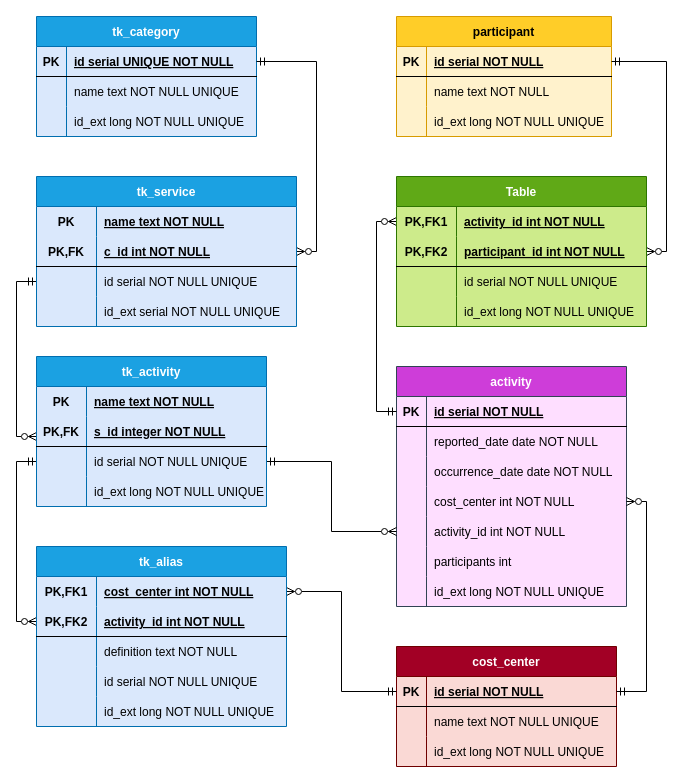
maussm/Database keeps this draw.io diagram as diagram.drawio. Above is the earlier version. Source tidied: cells renumbered, new cells numbered last; positions are measured from the earlier drawing's top-left corner, leaving out a move shared by most shapes. Both pictures are drawn from the tidied source at 100%, with x=0, y=0 at pixel (36, 16).
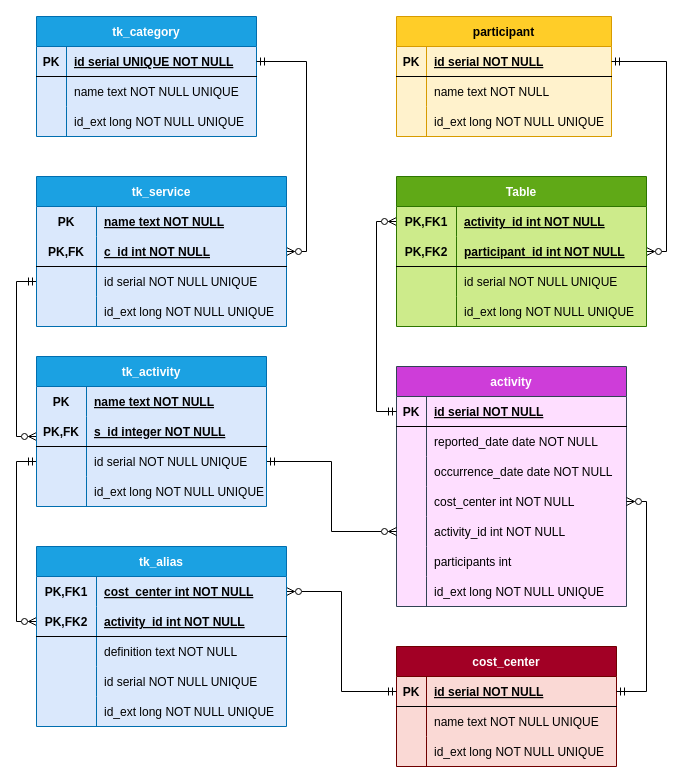
The same page after the edit.

Commit message (it also covers changes not shown here):
Rättade till datatyp.

The edit, as a diff of the source:
```diff
@@
     <mxCell id="78" value="tk_service" style="shape=table;startSize=30;childLayout=tableLayout;rowLines=0;fontStyle=1;align=center;fillColor=#1ba1e2;gradientColor=none;strokeColor=#006EAF;fontColor=#ffffff;swimlaneFillColor=#DAE8FC;" parent="1" vertex="1">
-      <mxGeometry y="160" width="260" height="150" as="geometry" />
+      <mxGeometry y="160" width="250" height="150" as="geometry" />
     </mxCell>
     <mxCell id="79" style="shape=tableRow;horizontal=0;startSize=0;swimlaneHead=0;swimlaneBody=0;fillColor=none;top=0;left=0;right=0;bottom=0;" parent="78" vertex="1">
-      <mxGeometry y="30" width="260" height="30" as="geometry" />
+      <mxGeometry y="30" width="250" height="30" as="geometry" />
     </mxCell>
@@
     <mxCell id="81" value="name text NOT NULL" style="shape=partialRectangle;fillColor=none;top=0;left=0;bottom=0;right=0;align=left;spacingLeft=6;fontStyle=5;overflow=hidden;" parent="79" vertex="1">
-      <mxGeometry x="60" width="200" height="30" as="geometry" />
+      <mxGeometry x="60" width="190" height="30" as="geometry" />
     </mxCell>
     <mxCell id="82" style="shape=tableRow;horizontal=0;startSize=0;swimlaneHead=0;swimlaneBody=0;fillColor=none;points=[[0,0.5],[1,0.5]];portConstraint=eastwest;top=0;left=0;right=0;bottom=1;" parent="78" vertex="1">
-      <mxGeometry y="60" width="260" height="30" as="geometry" />
+      <mxGeometry y="60" width="250" height="30" as="geometry" />
     </mxCell>
@@
     <mxCell id="84" value="c_id int NOT NULL" style="shape=partialRectangle;fillColor=none;top=0;left=0;bottom=0;right=0;align=left;spacingLeft=6;fontStyle=5;overflow=hidden;" parent="82" vertex="1">
-      <mxGeometry x="60" width="200" height="30" as="geometry" />
+      <mxGeometry x="60" width="190" height="30" as="geometry" />
     </mxCell>
     <mxCell id="85" style="shape=tableRow;horizontal=0;startSize=0;swimlaneHead=0;swimlaneBody=0;fillColor=none;points=[[0,0.5],[1,0.5]];portConstraint=eastwest;top=0;left=0;right=0;bottom=0;" parent="78" vertex="1">
-      <mxGeometry y="90" width="260" height="30" as="geometry" />
+      <mxGeometry y="90" width="250" height="30" as="geometry" />
     </mxCell>
@@
     <mxCell id="87" value="id serial NOT NULL UNIQUE" style="shape=partialRectangle;fillColor=none;top=0;left=0;bottom=0;right=0;align=left;spacingLeft=6;overflow=hidden;" parent="85" vertex="1">
-      <mxGeometry x="60" width="200" height="30" as="geometry" />
+      <mxGeometry x="60" width="190" height="30" as="geometry" />
     </mxCell>
     <mxCell id="88" style="shape=tableRow;horizontal=0;startSize=0;swimlaneHead=0;swimlaneBody=0;fillColor=none;top=0;left=0;right=0;bottom=0;" parent="78" vertex="1">
-      <mxGeometry y="120" width="260" height="30" as="geometry" />
+      <mxGeometry y="120" width="250" height="30" as="geometry" />
     </mxCell>
@@
-    <mxCell id="90" value="id_ext serial NOT NULL UNIQUE" style="shape=partialRectangle;fillColor=none;top=0;left=0;bottom=0;right=0;align=left;spacingLeft=6;overflow=hidden;" parent="88" vertex="1">
-      <mxGeometry x="60" width="200" height="30" as="geometry" />
+    <mxCell id="90" value="id_ext long NOT NULL UNIQUE" style="shape=partialRectangle;fillColor=none;top=0;left=0;bottom=0;right=0;align=left;spacingLeft=6;overflow=hidden;" parent="88" vertex="1">
+      <mxGeometry x="60" width="190" height="30" as="geometry" />
     </mxCell>
```
